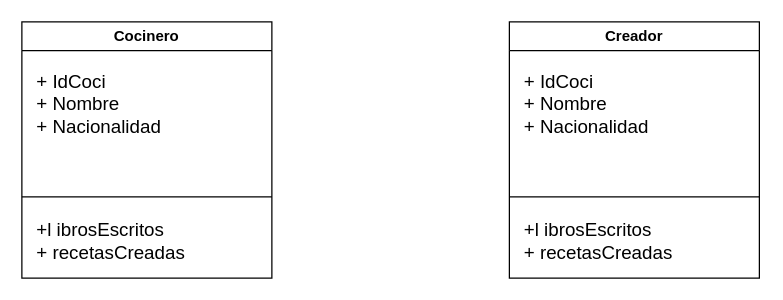
This is Diagrama sin título.drawio from CristianCenxd/DiagramaUMLACT6, a draw.io file, before an edit. Source tidied: cells renumbered, new cells numbered last; positions are measured from the earlier drawing's top-left corner, leaving out a move shared by most shapes. Both pictures are drawn from the tidied source at 125%, with x=0, y=0 at pixel (21, 21).
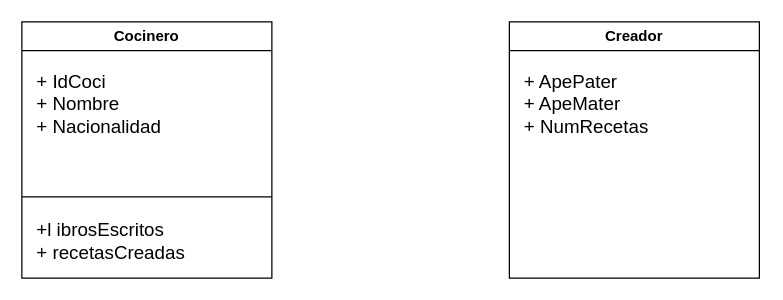
After the change.

The edit, as a diff of the source:
```diff
@@
 <mxGraphModel>
   <root>
     <mxCell id="0" />
     <mxCell id="1" parent="0" />
     <mxCell id="2" value="Cocinero" style="swimlane;whiteSpace=wrap;html=1;" parent="1" vertex="1">
       <mxGeometry width="200" height="205" as="geometry" />
     </mxCell>
     <mxCell id="3" style="endArrow=none;html=1;rounded=0;" parent="2" edge="1">
       <mxGeometry relative="1" as="geometry">
         <mxPoint y="140" as="sourcePoint" />
         <mxPoint x="200" y="140" as="targetPoint" />
       </mxGeometry>
     </mxCell>
     <mxCell id="4" value="+ IdCoci&lt;div&gt;+ Nombre&lt;/div&gt;&lt;div&gt;+ Nacionalidad&lt;/div&gt;" style="text;html=1;align=left;verticalAlign=middle;strokeColor=none;fillColor=none;fontSize=15;" parent="2" vertex="1">
       <mxGeometry x="10" y="30" width="120" height="70" as="geometry" />
     </mxCell>
     <mxCell id="5" value="+l ibrosEscritos&lt;div&gt;+ recetasCreadas&lt;/div&gt;" style="text;html=1;align=left;verticalAlign=middle;strokeColor=none;fillColor=none;fontSize=15;" parent="2" vertex="1">
       <mxGeometry x="10" y="150" width="140" height="50" as="geometry" />
     </mxCell>
     <mxCell id="6" value="Creador" style="swimlane;whiteSpace=wrap;html=1;" parent="1" vertex="1">
       <mxGeometry x="390" width="200" height="205" as="geometry" />
     </mxCell>
-    <mxCell id="7" style="endArrow=none;html=1;rounded=0;" parent="6" edge="1">
-      <mxGeometry relative="1" as="geometry">
-        <mxPoint y="140" as="sourcePoint" />
-        <mxPoint x="200" y="140" as="targetPoint" />
-      </mxGeometry>
-    </mxCell>
-    <mxCell id="8" value="+ IdCoci&lt;div&gt;+ Nombre&lt;/div&gt;&lt;div&gt;+ Nacionalidad&lt;/div&gt;" style="text;html=1;align=left;verticalAlign=middle;strokeColor=none;fillColor=none;fontSize=15;" parent="6" vertex="1">
+    <mxCell id="8" value="+ ApePater&lt;div&gt;+ ApeMater&lt;/div&gt;&lt;div&gt;+ NumRecetas&lt;/div&gt;" style="text;html=1;align=left;verticalAlign=middle;strokeColor=none;fillColor=none;fontSize=15;" parent="6" vertex="1">
       <mxGeometry x="10" y="30" width="120" height="70" as="geometry" />
     </mxCell>
-    <mxCell id="9" value="+l ibrosEscritos&lt;div&gt;+ recetasCreadas&lt;/div&gt;" style="text;html=1;align=left;verticalAlign=middle;strokeColor=none;fillColor=none;fontSize=15;" parent="6" vertex="1">
-      <mxGeometry x="10" y="150" width="140" height="50" as="geometry" />
-    </mxCell>
   </root>
 </mxGraphModel>
```
